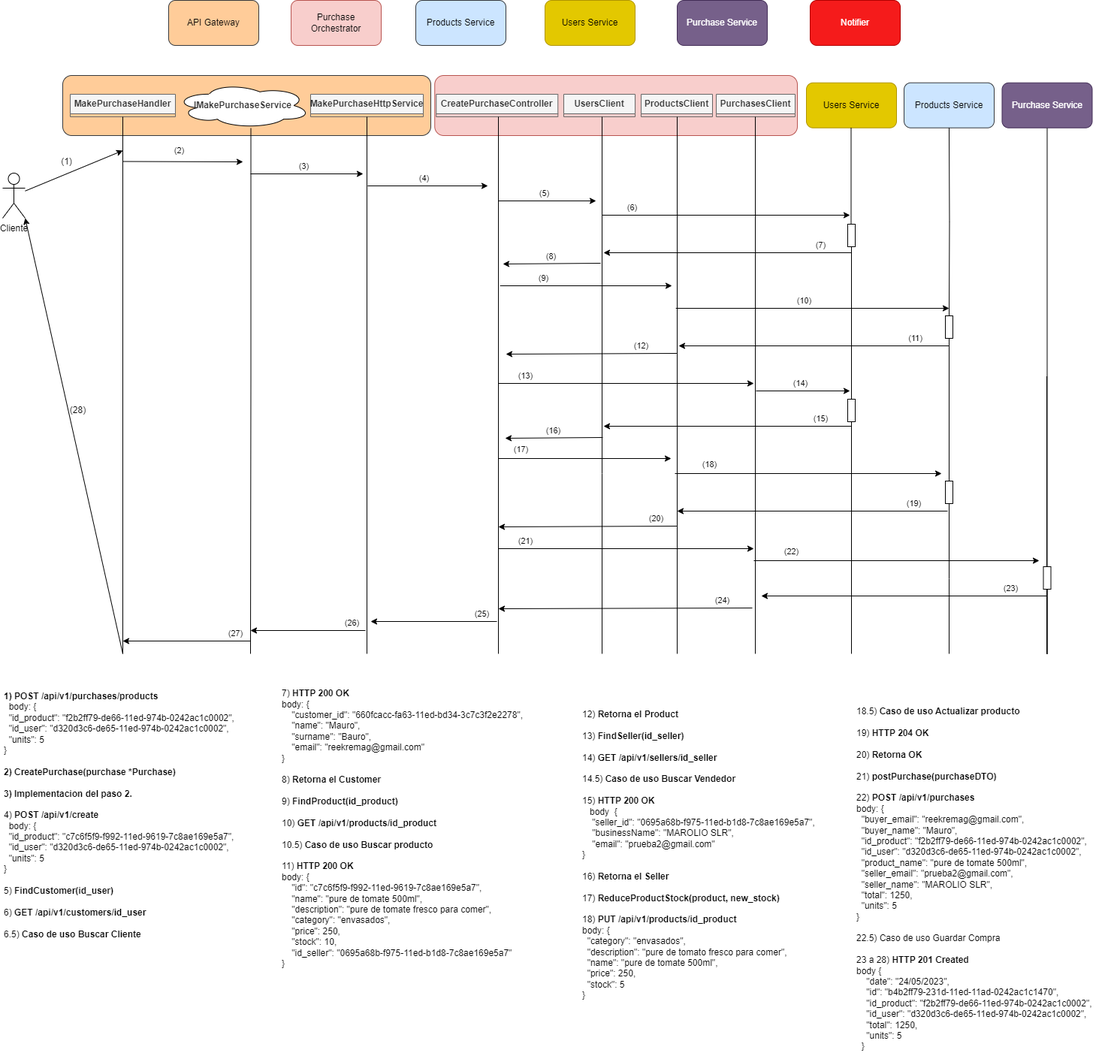
fagustin07/meliarqsoft2 keeps this draw.io diagram as documentacion/entrega 2/diagramas de secuencia/CU-14 - Hacer una compra.png. Above is the earlier version. Source tidied: cells renumbered, new cells last; positions are measured from the earlier drawing's top-left corner, leaving out a move shared by most shapes.
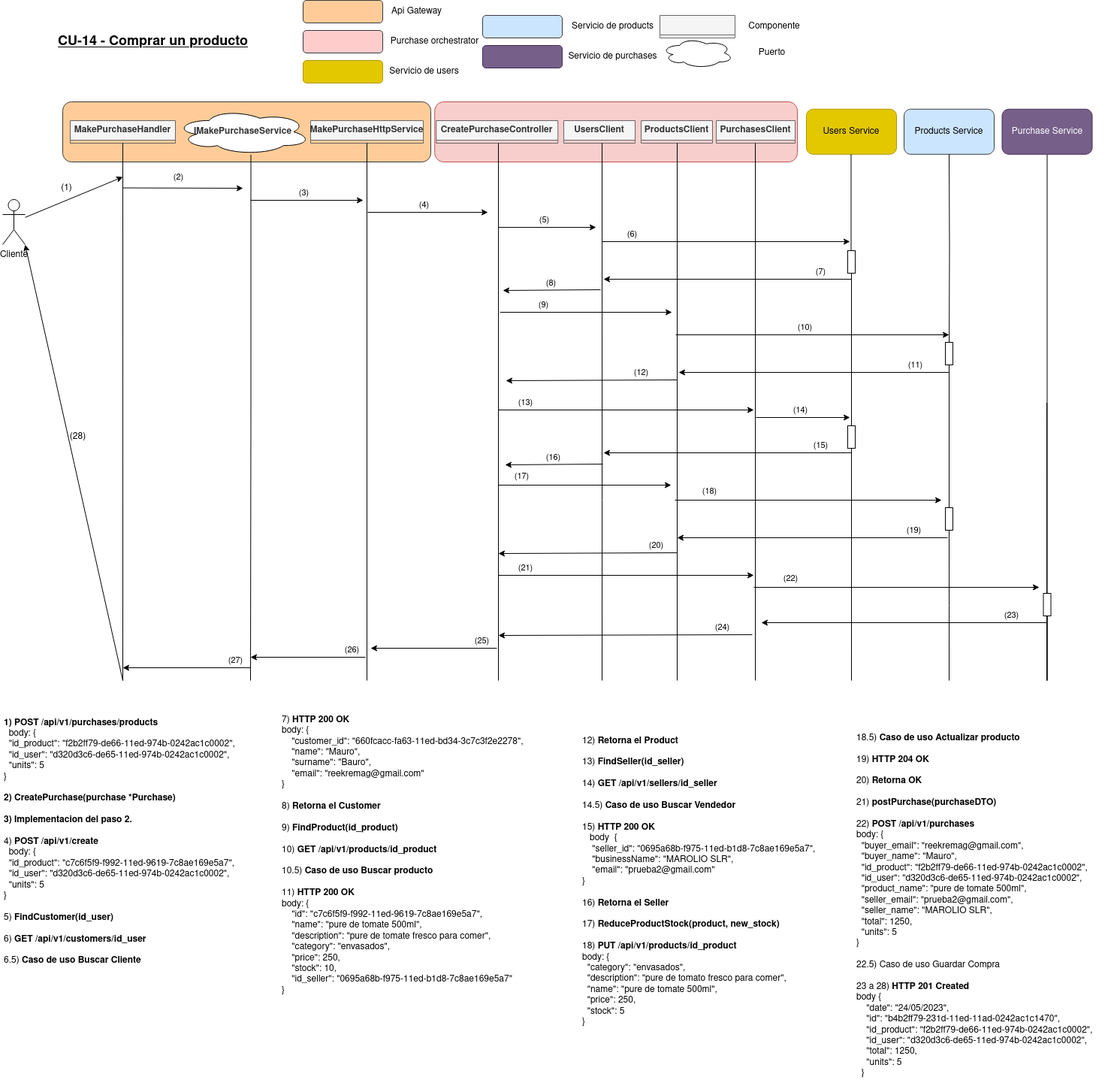
The same diagram one commit later.

The edit, as a diff of the source:
```diff
@@ -36,24 +36,6 @@
     <mxCell id="10" value="&lt;div align=&quot;left&quot;&gt;12) &lt;b&gt;Retorna el Product&lt;/b&gt;&lt;/div&gt;&lt;div align=&quot;left&quot;&gt;&lt;br&gt;&lt;/div&gt;&lt;div align=&quot;left&quot;&gt;13) &lt;b&gt;FindSeller(id_seller)&lt;/b&gt;&lt;/div&gt;&lt;div align=&quot;left&quot;&gt;&lt;br&gt;&lt;/div&gt;&lt;div align=&quot;left&quot;&gt;14) &lt;b&gt;GET /api/v1/sellers/id_seller&lt;/b&gt;&lt;/div&gt;&lt;div align=&quot;left&quot;&gt;&lt;br&gt;&lt;/div&gt;&lt;div align=&quot;left&quot;&gt;14.5) &lt;b&gt;Caso de uso Buscar Vendedor&lt;/b&gt;&lt;/div&gt;&lt;div align=&quot;left&quot;&gt;&lt;br&gt;&lt;/div&gt;&lt;div align=&quot;left&quot;&gt;15) &lt;b&gt;HTTP 200 OK&lt;/b&gt;&lt;/div&gt;&lt;div align=&quot;left&quot;&gt;&amp;nbsp;&amp;nbsp; body&amp;nbsp; {&lt;/div&gt;&lt;div align=&quot;left&quot;&gt;&lt;div align=&quot;left&quot;&gt;&amp;nbsp; &amp;nbsp; &quot;seller_id&quot;: &quot;0695a68b-f975-11ed-b1d8-7c8ae169e5a7&quot;,&lt;/div&gt;&lt;div align=&quot;left&quot;&gt;&amp;nbsp; &amp;nbsp; &quot;businessName&quot;: &quot;MAROLIO SLR&quot;,&lt;/div&gt;&lt;div align=&quot;left&quot;&gt;&amp;nbsp; &amp;nbsp; &quot;email&quot;: &quot;prueba2@gmail.com&quot;&lt;/div&gt;&lt;div align=&quot;left&quot;&gt;}&lt;/div&gt;&lt;/div&gt;&lt;div align=&quot;left&quot;&gt;&lt;br&gt;&lt;/div&gt;&lt;div align=&quot;left&quot;&gt;16) &lt;b&gt;Retorna el Seller&lt;/b&gt;&lt;/div&gt;&lt;div align=&quot;left&quot;&gt;&lt;b&gt;&lt;br&gt;&lt;/b&gt;&lt;/div&gt;&lt;div align=&quot;left&quot;&gt;17) &lt;b&gt;ReduceProductStock(product, new_stock)&lt;/b&gt;&lt;/div&gt;&lt;div align=&quot;left&quot;&gt;&lt;br&gt;&lt;/div&gt;&lt;div align=&quot;left&quot;&gt;18) &lt;b&gt;PUT /api/v1/products/id_product&lt;/b&gt;&lt;/div&gt;&lt;div align=&quot;left&quot;&gt;body: {&lt;/div&gt;&lt;div align=&quot;left&quot;&gt;&lt;div align=&quot;left&quot;&gt;&amp;nbsp; &quot;category&quot;: &quot;envasados&quot;,&lt;/div&gt;&lt;div align=&quot;left&quot;&gt;&amp;nbsp; &quot;description&quot;: &quot;pure de tomato fresco para comer&quot;,&lt;/div&gt;&lt;div align=&quot;left&quot;&gt;&amp;nbsp; &quot;name&quot;: &quot;pure de tomate 500ml&quot;,&lt;/div&gt;&lt;div align=&quot;left&quot;&gt;&amp;nbsp; &quot;price&quot;: 250,&lt;/div&gt;&lt;div align=&quot;left&quot;&gt;&amp;nbsp; &quot;stock&quot;: 5&lt;/div&gt;&lt;div align=&quot;left&quot;&gt;}&lt;/div&gt;&lt;/div&gt;&lt;div align=&quot;left&quot;&gt;&lt;br&gt;&lt;/div&gt;" style="text;html=1;align=left;verticalAlign=middle;strokeColor=none;fillColor=none;" parent="1" vertex="1">
       <mxGeometry x="770" y="935" width="330" height="420" as="geometry" />
     </mxCell>
-    <mxCell id="11" value="API Gateway" style="rounded=1;whiteSpace=wrap;html=1;fillColor=#ffcc99;strokeColor=#36393d;" parent="1" vertex="1">
-      <mxGeometry x="221" width="120" height="60" as="geometry" />
-    </mxCell>
-    <mxCell id="12" value="Products Service" style="rounded=1;whiteSpace=wrap;html=1;fillColor=#cce5ff;strokeColor=#36393d;" parent="1" vertex="1">
-      <mxGeometry x="550" width="120" height="60" as="geometry" />
-    </mxCell>
-    <mxCell id="13" value="Purchase Orchestrator" style="rounded=1;whiteSpace=wrap;html=1;fillColor=#f8cecc;strokeColor=#b85450;" parent="1" vertex="1">
-      <mxGeometry x="384" width="120" height="60" as="geometry" />
-    </mxCell>
-    <mxCell id="14" value="Notifier" style="rounded=1;whiteSpace=wrap;html=1;fillColor=#F51B1B;strokeColor=#B20000;fontColor=#ffffff;" parent="1" vertex="1">
-      <mxGeometry x="1075" width="120" height="60" as="geometry" />
-    </mxCell>
-    <mxCell id="15" value="Users Service" style="rounded=1;whiteSpace=wrap;html=1;fillColor=#e3c800;strokeColor=#B09500;fontColor=#000000;" parent="1" vertex="1">
-      <mxGeometry x="722" width="120" height="60" as="geometry" />
-    </mxCell>
-    <mxCell id="16" value="Purchase Service" style="rounded=1;whiteSpace=wrap;html=1;fillColor=#76608a;strokeColor=#432D57;fontColor=#ffffff;" parent="1" vertex="1">
-      <mxGeometry x="898" width="120" height="60" as="geometry" />
-    </mxCell>
     <mxCell id="17" style="rounded=1;whiteSpace=wrap;html=1;fillColor=#ffcc99;strokeColor=#36393d;" parent="1" vertex="1">
       <mxGeometry x="80" y="100" width="490" height="80" as="geometry" />
     </mxCell>
@@ -347,5 +329,50 @@
         <mxPoint x="160" y="853" as="targetPoint" />
       </mxGeometry>
     </mxCell>
+    <mxCell id="75" value="&lt;u&gt;&lt;b&gt;&lt;font style=&quot;font-size: 18px;&quot;&gt;CU-14 - Comprar un producto&lt;br&gt;&lt;/font&gt;&lt;/b&gt;&lt;/u&gt;" style="text;html=1;align=center;verticalAlign=middle;strokeColor=none;fillColor=none;" parent="1" vertex="1">
+      <mxGeometry x="60" width="280" height="40" as="geometry" />
+    </mxCell>
+    <mxCell id="76" style="ellipse;shape=cloud;whiteSpace=wrap;html=1;" parent="1" vertex="1">
+      <mxGeometry x="877.5" y="15" width="95" height="40" as="geometry" />
+    </mxCell>
+    <mxCell id="77" style="rounded=1;whiteSpace=wrap;html=1;fillColor=#ffcc99;strokeColor=#36393d;" parent="1" vertex="1">
+      <mxGeometry x="400" y="-35" width="106" height="30" as="geometry" />
+    </mxCell>
+    <mxCell id="78" value="Api Gateway" style="text;html=1;align=center;verticalAlign=middle;strokeColor=none;fillColor=none;" parent="1" vertex="1">
+      <mxGeometry x="506" y="-35" width="90" height="30" as="geometry" />
+    </mxCell>
+    <mxCell id="79" style="rounded=1;whiteSpace=wrap;html=1;fillColor=#ffcccc;strokeColor=#36393d;" parent="1" vertex="1">
+      <mxGeometry x="400" y="5" width="106" height="30" as="geometry" />
+    </mxCell>
+    <mxCell id="80" value="Purchase orchestrator" style="text;html=1;align=center;verticalAlign=middle;strokeColor=none;fillColor=none;" parent="1" vertex="1">
+      <mxGeometry x="505" y="5" width="140" height="30" as="geometry" />
+    </mxCell>
+    <mxCell id="81" style="swimlane;fontStyle=1;horizontal=1;startSize=26;fillColor=#f5f5f5;whiteSpace=wrap;html=1;strokeColor=#666666;fontColor=#333333;" parent="1" vertex="1" collapsed="1">
+      <mxGeometry x="875" y="-15" width="100" height="30" as="geometry" />
+    </mxCell>
+    <mxCell id="82" value="Componente" style="text;html=1;align=center;verticalAlign=middle;strokeColor=none;fillColor=none;" parent="1" vertex="1">
+      <mxGeometry x="982" y="-15" width="90" height="30" as="geometry" />
+    </mxCell>
+    <mxCell id="83" value="Puerto" style="text;html=1;align=center;verticalAlign=middle;strokeColor=none;fillColor=none;" parent="1" vertex="1">
+      <mxGeometry x="994" y="20" width="60" height="30" as="geometry" />
+    </mxCell>
+    <mxCell id="84" style="rounded=1;whiteSpace=wrap;html=1;fillColor=#e3c800;fontColor=#000000;strokeColor=#B09500;" parent="1" vertex="1">
+      <mxGeometry x="400" y="45" width="106" height="30" as="geometry" />
+    </mxCell>
+    <mxCell id="85" value="Servicio de users" style="text;html=1;align=center;verticalAlign=middle;strokeColor=none;fillColor=none;" parent="1" vertex="1">
+      <mxGeometry x="501" y="45" width="120" height="30" as="geometry" />
+    </mxCell>
+    <mxCell id="86" style="rounded=1;whiteSpace=wrap;html=1;fillColor=#cce5ff;strokeColor=#36393d;" parent="1" vertex="1">
+      <mxGeometry x="639" y="-15" width="106" height="30" as="geometry" />
+    </mxCell>
+    <mxCell id="87" value="Servicio de products" style="text;html=1;align=center;verticalAlign=middle;strokeColor=none;fillColor=none;" parent="1" vertex="1">
+      <mxGeometry x="747" y="-15" width="130" height="30" as="geometry" />
+    </mxCell>
+    <mxCell id="88" style="rounded=1;whiteSpace=wrap;html=1;fillColor=#76608a;fontColor=#ffffff;strokeColor=#432D57;" parent="1" vertex="1">
+      <mxGeometry x="639" y="25" width="106" height="30" as="geometry" />
+    </mxCell>
+    <mxCell id="89" value="Servicio de purchases" style="text;html=1;align=center;verticalAlign=middle;strokeColor=none;fillColor=none;" parent="1" vertex="1">
+      <mxGeometry x="742" y="25" width="140" height="30" as="geometry" />
+    </mxCell>
   </root>
 </mxGraphModel>
```
